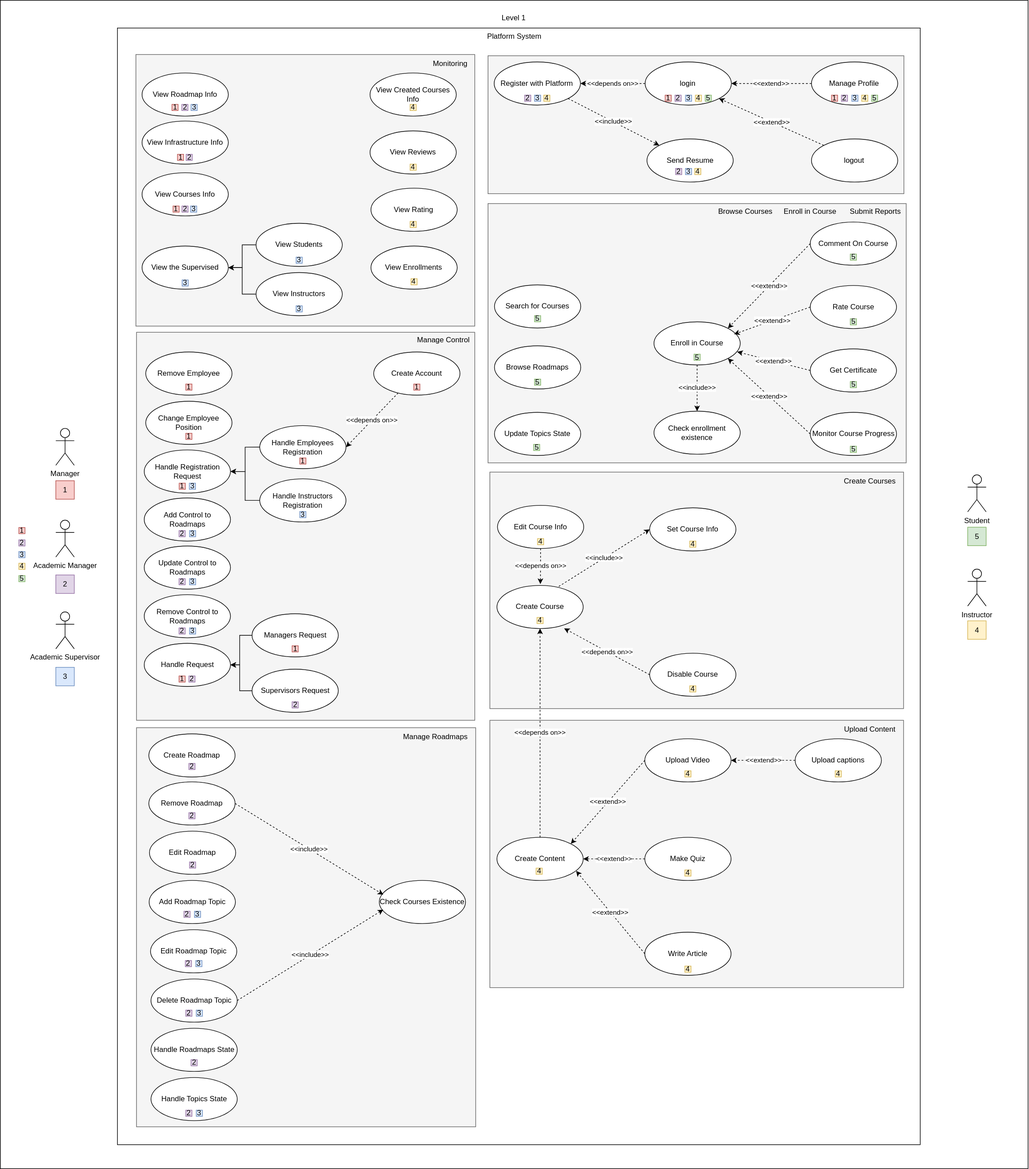
This is usecase1.drawio.svg from YAMANX8/UML, a draw.io export, as it was before one commit. Source tidied: cells renumbered, new cells last; positions are measured from the earlier drawing's top-left corner, leaving out a move shared by most shapes.
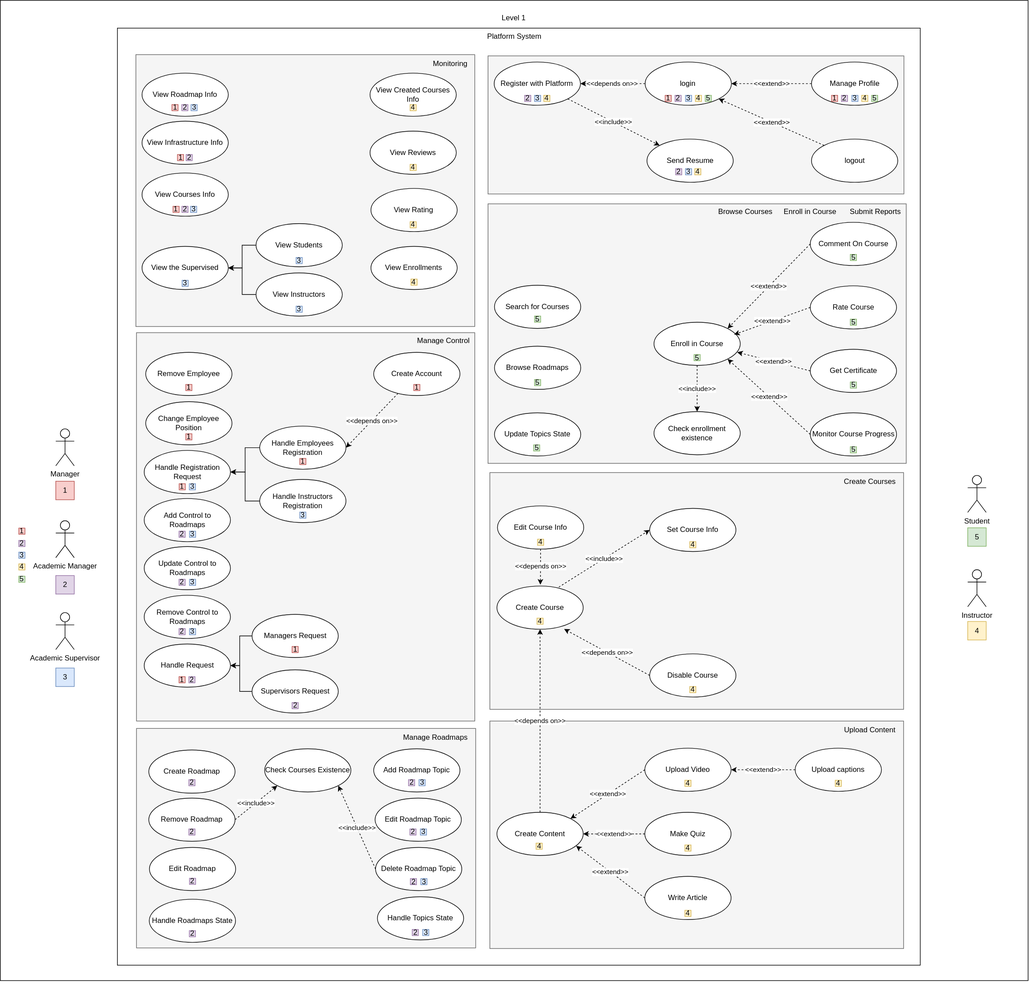
After the change.

What changed in the source:
```diff
@@ -3,10 +3,10 @@
     <mxCell id="0" />
     <mxCell id="1" parent="0" />
     <mxCell id="2" style="rounded=0;whiteSpace=wrap;html=1;" parent="1" vertex="1">
-      <mxGeometry width="1668" height="1897" as="geometry" />
+      <mxGeometry width="1668" height="1590" as="geometry" />
     </mxCell>
     <mxCell id="3" value="e" style="rounded=0;whiteSpace=wrap;html=1;" parent="1" vertex="1">
-      <mxGeometry x="190" y="45" width="1303" height="1813" as="geometry" />
+      <mxGeometry x="190" y="45" width="1303" height="1520" as="geometry" />
     </mxCell>
     <mxCell id="4" style="rounded=0;whiteSpace=wrap;html=1;fillColor=#f5f5f5;strokeColor=#666666;fontColor=#333333;" parent="1" vertex="1">
       <mxGeometry x="791.5" y="90" width="675" height="224" as="geometry" />
@@ -51,19 +51,19 @@
       <mxGeometry x="31" width="10" height="10" as="geometry" />
     </mxCell>
     <mxCell id="18" style="rounded=0;whiteSpace=wrap;html=1;fillColor=#f5f5f5;strokeColor=#666666;fontColor=#333333;" parent="1" vertex="1">
-      <mxGeometry x="221" y="1181" width="550.5" height="648" as="geometry" />
+      <mxGeometry x="221" y="1181" width="550.5" height="356" as="geometry" />
     </mxCell>
     <mxCell id="19" value="Manage Roadmaps" style="text;html=1;align=center;verticalAlign=middle;strokeColor=none;fillColor=none;" parent="1" vertex="1">
       <mxGeometry x="641.5" y="1181" width="130" height="30" as="geometry" />
     </mxCell>
     <mxCell id="20" value="Check Courses Existence" style="ellipse;whiteSpace=wrap;html=1;" parent="1" vertex="1">
-      <mxGeometry x="615" y="1429" width="140" height="70" as="geometry" />
+      <mxGeometry x="429" y="1214" width="140" height="70" as="geometry" />
     </mxCell>
-    <mxCell id="21" value="&amp;lt;&amp;lt;include&amp;gt;&amp;gt;" style="rounded=0;jettySize=auto;html=1;exitX=1;exitY=0.5;exitDx=0;exitDy=0;entryX=0.047;entryY=0.329;entryDx=0;entryDy=0;entryPerimeter=0;dashed=1;" parent="1" edge="1" source="107" target="20">
+    <mxCell id="21" value="&amp;lt;&amp;lt;include&amp;gt;&amp;gt;" style="rounded=0;jettySize=auto;html=1;exitX=1;exitY=0.5;exitDx=0;exitDy=0;entryX=0;entryY=1;entryDx=0;entryDy=0;dashed=1;" parent="1" edge="1" source="107" target="20">
       <mxGeometry relative="1" as="geometry" />
     </mxCell>
     <mxCell id="22" style="group;" parent="1" vertex="1">
-      <mxGeometry x="244.5" y="1749" width="140" height="70" as="geometry" />
+      <mxGeometry x="612" y="1454" width="140" height="70" as="geometry" />
     </mxCell>
     <mxCell id="23" value="Handle Topics State" style="ellipse;whiteSpace=wrap;html=1;" parent="22" vertex="1">
       <mxGeometry width="140" height="70" as="geometry" />
@@ -75,7 +75,7 @@
       <mxGeometry x="73.5" y="53" width="10" height="10" as="geometry" />
     </mxCell>
     <mxCell id="26" style="group;" parent="1" vertex="1">
-      <mxGeometry x="244.5" y="1669" width="140" height="70" as="geometry" />
+      <mxGeometry x="241.8" y="1458" width="140" height="70" as="geometry" />
     </mxCell>
     <mxCell id="27" value="Handle Roadmaps State" style="ellipse;whiteSpace=wrap;html=1;" parent="26" vertex="1">
       <mxGeometry width="140" height="70" as="geometry" />
@@ -84,7 +84,7 @@
       <mxGeometry x="65" y="51" width="10" height="10" as="geometry" />
     </mxCell>
     <mxCell id="29" style="group;" parent="1" vertex="1">
-      <mxGeometry x="244.5" y="1589" width="140" height="70" as="geometry" />
+      <mxGeometry x="609" y="1374" width="140" height="70" as="geometry" />
     </mxCell>
     <mxCell id="30" value="Delete Roadmap Topic" style="ellipse;whiteSpace=wrap;html=1;" parent="29" vertex="1">
       <mxGeometry width="140" height="70" as="geometry" />
@@ -96,7 +96,7 @@
       <mxGeometry x="73.5" y="50.5" width="10" height="10" as="geometry" />
     </mxCell>
     <mxCell id="33" style="group;" parent="1" vertex="1">
-      <mxGeometry x="243.8" y="1509" width="140" height="70" as="geometry" />
+      <mxGeometry x="608.2" y="1294" width="140" height="70" as="geometry" />
     </mxCell>
     <mxCell id="34" value="Edit Roadmap Topic" style="ellipse;whiteSpace=wrap;html=1;" parent="33" vertex="1">
       <mxGeometry width="140" height="70" as="geometry" />
@@ -108,7 +108,7 @@
       <mxGeometry x="73.5" y="50" width="10" height="10" as="geometry" />
     </mxCell>
     <mxCell id="37" style="group;" parent="1" vertex="1">
-      <mxGeometry x="241.5" y="1429" width="140" height="70" as="geometry" />
+      <mxGeometry x="606" y="1214" width="140" height="70" as="geometry" />
     </mxCell>
     <mxCell id="38" value="Add Roadmap Topic" style="ellipse;whiteSpace=wrap;html=1;" parent="37" vertex="1">
       <mxGeometry width="140" height="70" as="geometry" />
@@ -119,7 +119,7 @@
     <mxCell id="40" value="3" style="whiteSpace=wrap;html=1;fillColor=#dae8fc;strokeColor=#6c8ebf;" parent="37" vertex="1">
       <mxGeometry x="73.5" y="50" width="10" height="10" as="geometry" />
     </mxCell>
-    <mxCell id="41" value="&amp;lt;&amp;lt;include&amp;gt;&amp;gt;" style="rounded=0;jettySize=auto;html=1;entryX=0.047;entryY=0.676;entryDx=0;entryDy=0;entryPerimeter=0;dashed=1;exitX=1;exitY=0.5;exitDx=0;exitDy=0;" parent="1" edge="1" source="30" target="20">
+    <mxCell id="41" value="&amp;lt;&amp;lt;include&amp;gt;&amp;gt;" style="rounded=0;jettySize=auto;html=1;entryX=1;entryY=1;entryDx=0;entryDy=0;dashed=1;exitX=0;exitY=0.5;exitDx=0;exitDy=0;" parent="1" edge="1" source="30" target="20">
       <mxGeometry relative="1" as="geometry" />
     </mxCell>
     <mxCell id="42" style="group;" parent="1" vertex="1">
@@ -315,7 +315,7 @@
       <mxGeometry x="65" y="55" width="10" height="10" as="geometry" />
     </mxCell>
     <mxCell id="106" style="group;" parent="1" vertex="1">
-      <mxGeometry x="241" y="1269" width="140" height="70" as="geometry" />
+      <mxGeometry x="241" y="1294" width="140" height="70" as="geometry" />
     </mxCell>
     <mxCell id="107" value="Remove Roadmap" style="ellipse;whiteSpace=wrap;html=1;" parent="106" vertex="1">
       <mxGeometry width="140" height="70" as="geometry" />
@@ -324,7 +324,7 @@
       <mxGeometry x="65" y="50" width="10" height="10" as="geometry" />
     </mxCell>
     <mxCell id="109" style="group;" parent="1" vertex="1">
-      <mxGeometry x="242" y="1349" width="140" height="70" as="geometry" />
+      <mxGeometry x="242" y="1374" width="140" height="70" as="geometry" />
     </mxCell>
     <mxCell id="110" value="Edit Roadmap" style="ellipse;whiteSpace=wrap;html=1;" parent="109" vertex="1">
       <mxGeometry width="140" height="70" as="geometry" />
@@ -333,7 +333,7 @@
       <mxGeometry x="65" y="50" width="10" height="10" as="geometry" />
     </mxCell>
     <mxCell id="112" style="group;" parent="1" vertex="1">
-      <mxGeometry x="241" y="1191" width="140" height="70" as="geometry" />
+      <mxGeometry x="241" y="1216" width="140" height="70" as="geometry" />
     </mxCell>
     <mxCell id="113" value="Create Roadmap" style="ellipse;whiteSpace=wrap;html=1;" parent="112" vertex="1">
       <mxGeometry width="140" height="70" as="geometry" />
@@ -489,25 +489,13 @@
       <mxGeometry x="794.5" y="1169" width="671.5" height="434" as="geometry" />
     </mxCell>
     <mxCell id="164" style="rounded=0;whiteSpace=wrap;html=1;fillColor=#f5f5f5;strokeColor=#666666;fontColor=#333333;fontStyle=1;" parent="163" vertex="1">
-      <mxGeometry width="671.5" height="434" as="geometry" />
+      <mxGeometry width="671.5" height="369" as="geometry" />
     </mxCell>
     <mxCell id="165" value="Upload Content" style="text;html=1;align=center;verticalAlign=middle;strokeColor=none;fillColor=none;" parent="163" vertex="1">
       <mxGeometry x="561.5" width="110" height="30" as="geometry" />
     </mxCell>
-    <mxCell id="166" style="group;" parent="163" vertex="1">
-      <mxGeometry x="251.5" y="344" width="140" height="70" as="geometry" />
-    </mxCell>
-    <mxCell id="167" style="group;" parent="166" vertex="1">
-      <mxGeometry width="140" height="70" as="geometry" />
-    </mxCell>
-    <mxCell id="168" value="Write Article" style="ellipse;whiteSpace=wrap;html=1;" parent="167" vertex="1">
-      <mxGeometry width="140" height="70" as="geometry" />
-    </mxCell>
-    <mxCell id="169" value="4" style="whiteSpace=wrap;html=1;fillColor=#fff2cc;strokeColor=#d6b656;" parent="167" vertex="1">
-      <mxGeometry x="65" y="55" width="10" height="10" as="geometry" />
-    </mxCell>
     <mxCell id="170" style="group;" parent="163" vertex="1">
-      <mxGeometry x="495.5" y="30" width="140" height="70" as="geometry" />
+      <mxGeometry x="495.5" y="44" width="140" height="70" as="geometry" />
     </mxCell>
     <mxCell id="171" value="Upload captions" style="ellipse;whiteSpace=wrap;html=1;" parent="170" vertex="1">
       <mxGeometry width="140" height="70" as="geometry" />
@@ -516,7 +504,7 @@
       <mxGeometry x="65" y="52" width="10" height="10" as="geometry" />
     </mxCell>
     <mxCell id="173" style="group;" parent="163" vertex="1">
-      <mxGeometry x="251.5" y="30" width="140" height="70" as="geometry" />
+      <mxGeometry x="251.5" y="44" width="140" height="70" as="geometry" />
     </mxCell>
     <mxCell id="174" value="Upload Video" style="ellipse;whiteSpace=wrap;html=1;" parent="173" vertex="1">
       <mxGeometry width="140" height="70" as="geometry" />
@@ -524,8 +512,32 @@
     <mxCell id="175" value="4" style="whiteSpace=wrap;html=1;fillColor=#fff2cc;strokeColor=#d6b656;" parent="173" vertex="1">
       <mxGeometry x="65" y="52" width="10" height="10" as="geometry" />
     </mxCell>
+    <mxCell id="182" value="&amp;lt;&amp;lt;extend&amp;gt;&amp;gt;" style="rounded=0;jettySize=auto;html=1;exitX=0;exitY=0.5;exitDx=0;exitDy=0;entryX=1;entryY=0.5;entryDx=0;entryDy=0;dashed=1;" parent="163" edge="1" source="171" target="174">
+      <mxGeometry relative="1" as="geometry" />
+    </mxCell>
+    <mxCell id="183" value="&amp;lt;&amp;lt;extend&amp;gt;&amp;gt;" style="rounded=0;jettySize=auto;html=1;exitX=0;exitY=0.5;exitDx=0;exitDy=0;entryX=0.918;entryY=0.779;entryDx=0;entryDy=0;entryPerimeter=0;dashed=1;" parent="163" edge="1" source="168" target="180">
+      <mxGeometry relative="1" as="geometry" />
+    </mxCell>
+    <mxCell id="184" value="&amp;lt;&amp;lt;extend&amp;gt;&amp;gt;" style="rounded=0;jettySize=auto;html=1;exitX=0;exitY=0.5;exitDx=0;exitDy=0;entryX=1;entryY=0;entryDx=0;entryDy=0;dashed=1;" parent="163" edge="1" source="174" target="180">
+      <mxGeometry relative="1" as="geometry" />
+    </mxCell>
+    <mxCell id="185" value="&amp;lt;&amp;lt;extend&amp;gt;&amp;gt;" style="rounded=0;jettySize=auto;html=1;entryX=1;entryY=0.5;entryDx=0;entryDy=0;dashed=1;" parent="163" edge="1" source="177" target="180">
+      <mxGeometry relative="1" as="geometry" />
+    </mxCell>
+    <mxCell id="166" style="group;" parent="163" vertex="1">
+      <mxGeometry x="251.5" y="252" width="140" height="70" as="geometry" />
+    </mxCell>
+    <mxCell id="167" style="group;" parent="166" vertex="1">
+      <mxGeometry width="140" height="70" as="geometry" />
+    </mxCell>
+    <mxCell id="168" value="Write Article" style="ellipse;whiteSpace=wrap;html=1;" parent="167" vertex="1">
+      <mxGeometry width="140" height="70" as="geometry" />
+    </mxCell>
+    <mxCell id="169" value="4" style="whiteSpace=wrap;html=1;fillColor=#fff2cc;strokeColor=#d6b656;" parent="167" vertex="1">
+      <mxGeometry x="65" y="55" width="10" height="10" as="geometry" />
+    </mxCell>
     <mxCell id="176" style="group;" parent="163" vertex="1">
-      <mxGeometry x="251.5" y="190" width="140" height="70" as="geometry" />
+      <mxGeometry x="251.5" y="148" width="140" height="70" as="geometry" />
     </mxCell>
     <mxCell id="177" value="Make Quiz" style="ellipse;whiteSpace=wrap;html=1;" parent="176" vertex="1">
       <mxGeometry width="140" height="70" as="geometry" />
@@ -534,7 +546,7 @@
       <mxGeometry x="65" y="53" width="10" height="10" as="geometry" />
     </mxCell>
     <mxCell id="179" style="group;" parent="163" vertex="1">
-      <mxGeometry x="11.5" y="190" width="140" height="70" as="geometry" />
+      <mxGeometry x="11.5" y="148" width="140" height="70" as="geometry" />
     </mxCell>
     <mxCell id="180" value="Create Content" style="ellipse;whiteSpace=wrap;html=1;" parent="179" vertex="1">
       <mxGeometry width="140" height="70" as="geometry" />
@@ -542,18 +554,6 @@
     <mxCell id="181" value="4" style="whiteSpace=wrap;html=1;fillColor=#fff2cc;strokeColor=#d6b656;" parent="179" vertex="1">
       <mxGeometry x="63.5" y="50" width="10" height="10" as="geometry" />
     </mxCell>
-    <mxCell id="182" value="&amp;lt;&amp;lt;extend&amp;gt;&amp;gt;" style="rounded=0;jettySize=auto;html=1;exitX=0;exitY=0.5;exitDx=0;exitDy=0;entryX=1;entryY=0.5;entryDx=0;entryDy=0;dashed=1;" parent="163" edge="1" source="171" target="174">
-      <mxGeometry relative="1" as="geometry" />
-    </mxCell>
-    <mxCell id="183" value="&amp;lt;&amp;lt;extend&amp;gt;&amp;gt;" style="rounded=0;jettySize=auto;html=1;exitX=0;exitY=0.5;exitDx=0;exitDy=0;entryX=0.918;entryY=0.779;entryDx=0;entryDy=0;entryPerimeter=0;dashed=1;" parent="163" edge="1" source="168" target="180">
-      <mxGeometry relative="1" as="geometry" />
-    </mxCell>
-    <mxCell id="184" value="&amp;lt;&amp;lt;extend&amp;gt;&amp;gt;" style="rounded=0;jettySize=auto;html=1;exitX=0;exitY=0.5;exitDx=0;exitDy=0;entryX=1;entryY=0;entryDx=0;entryDy=0;dashed=1;" parent="163" edge="1" source="174" target="180">
-      <mxGeometry relative="1" as="geometry" />
-    </mxCell>
-    <mxCell id="185" value="&amp;lt;&amp;lt;extend&amp;gt;&amp;gt;" style="rounded=0;jettySize=auto;html=1;entryX=1;entryY=0.5;entryDx=0;entryDy=0;dashed=1;" parent="163" edge="1" source="177" target="180">
-      <mxGeometry relative="1" as="geometry" />
-    </mxCell>
     <mxCell id="186" style="group;" parent="1" vertex="1">
       <mxGeometry x="1046.5" y="100" width="140" height="70" as="geometry" />
     </mxCell>
```
